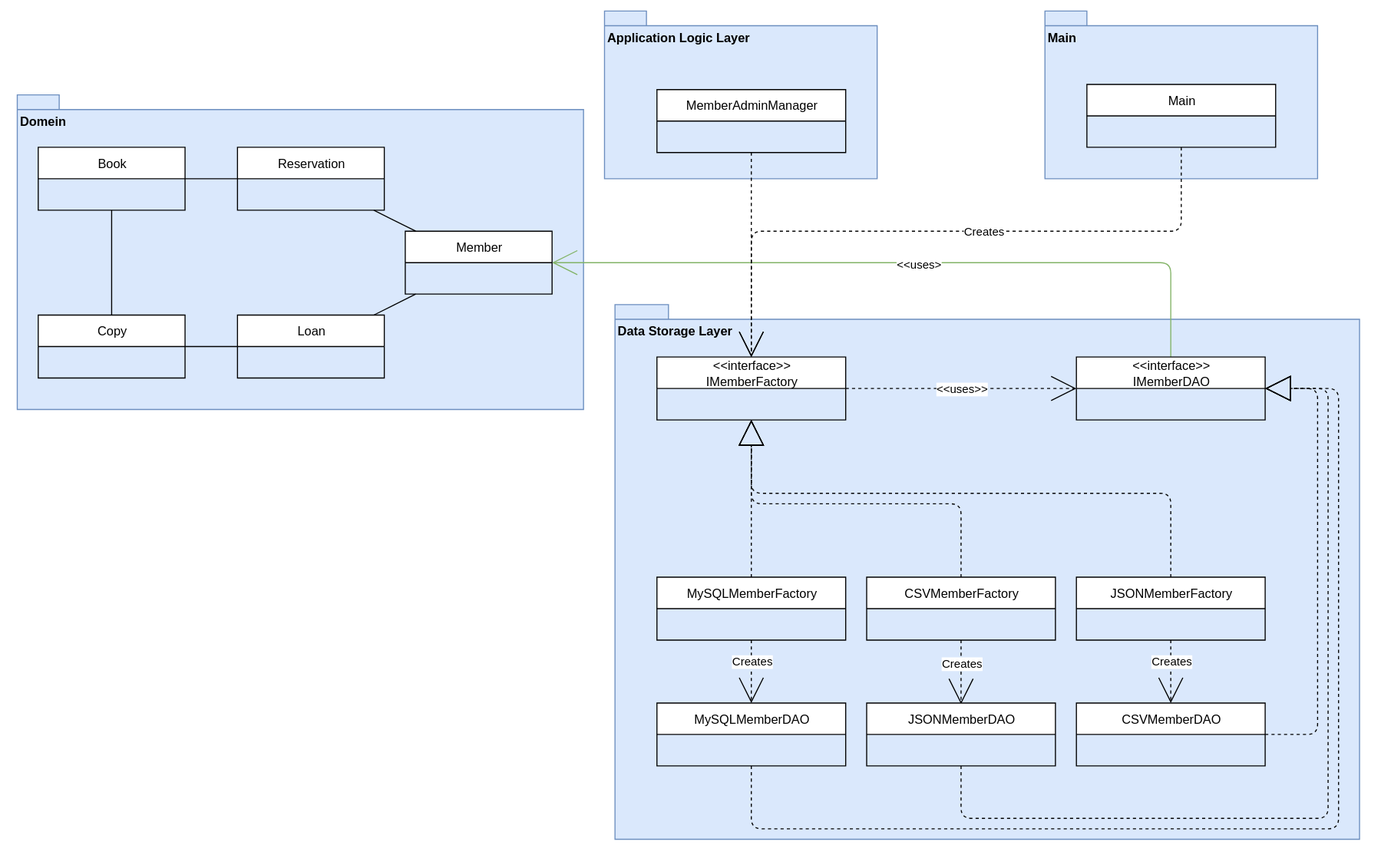
The draw.io diagram huiswerk/uml/diagram v2.svg in oldmartijntje/AvansModuleOpenMRS, before a commit. Source tidied: cells renumbered, new cells last; positions are measured from the earlier drawing's top-left corner, leaving out a move shared by most shapes. The source it was exported from:
```xml
<mxGraphModel>
  <root>
    <mxCell id="0" />
    <mxCell id="1" parent="0" />
    <mxCell id="2" style="shape=folder;fontStyle=1;spacingTop=10;tabWidth=40;tabHeight=14;tabPosition=left;html=1;whiteSpace=wrap;fillColor=#dae8fc;strokeColor=#6c8ebf;" parent="1" vertex="1">
      <mxGeometry x="560" width="260" height="160" as="geometry" />
    </mxCell>
    <mxCell id="3" style="shape=folder;fontStyle=1;spacingTop=10;tabWidth=40;tabHeight=14;tabPosition=left;html=1;whiteSpace=wrap;fillColor=#dae8fc;strokeColor=#6c8ebf;" parent="1" vertex="1">
      <mxGeometry x="570" y="280" width="710" height="510" as="geometry" />
    </mxCell>
    <mxCell id="4" style="shape=folder;fontStyle=1;spacingTop=10;tabWidth=40;tabHeight=14;tabPosition=left;html=1;whiteSpace=wrap;fillColor=#dae8fc;strokeColor=#6c8ebf;" parent="1" vertex="1">
      <mxGeometry y="80" width="540" height="300" as="geometry" />
    </mxCell>
    <mxCell id="5" style="edgeStyle=none;html=1;endArrow=none;endFill=0;" parent="1" edge="1" source="6" target="10">
      <mxGeometry relative="1" as="geometry" />
    </mxCell>
    <mxCell id="6" value="Book" style="swimlane;fontStyle=0;horizontal=1;startSize=30;whiteSpace=wrap;html=1;" parent="1" vertex="1">
      <mxGeometry x="20" y="130" width="140" height="60" as="geometry" />
    </mxCell>
    <mxCell id="7" style="edgeStyle=none;html=1;endArrow=none;endFill=0;" parent="1" edge="1" source="8" target="6">
      <mxGeometry relative="1" as="geometry" />
    </mxCell>
    <mxCell id="8" value="Reservation" style="swimlane;fontStyle=0;horizontal=1;startSize=30;whiteSpace=wrap;html=1;" parent="1" vertex="1">
      <mxGeometry x="210" y="130" width="140" height="60" as="geometry" />
    </mxCell>
    <mxCell id="9" style="edgeStyle=none;html=1;endArrow=none;endFill=0;" parent="1" edge="1" source="10" target="12">
      <mxGeometry relative="1" as="geometry" />
    </mxCell>
    <mxCell id="10" value="Copy" style="swimlane;fontStyle=0;horizontal=1;startSize=30;whiteSpace=wrap;html=1;" parent="1" vertex="1">
      <mxGeometry x="20" y="290" width="140" height="60" as="geometry" />
    </mxCell>
    <mxCell id="11" style="edgeStyle=none;html=1;endArrow=none;endFill=0;" parent="1" edge="1" source="12" target="16">
      <mxGeometry relative="1" as="geometry" />
    </mxCell>
    <mxCell id="12" value="Loan" style="swimlane;fontStyle=0;horizontal=1;startSize=30;whiteSpace=wrap;html=1;" parent="1" vertex="1">
      <mxGeometry x="210" y="290" width="140" height="60" as="geometry" />
    </mxCell>
    <mxCell id="13" style="edgeStyle=none;html=1;endArrow=none;endFill=0;" parent="1" edge="1" source="16" target="8">
      <mxGeometry relative="1" as="geometry" />
    </mxCell>
    <mxCell id="14" style="edgeStyle=orthogonalEdgeStyle;html=1;endArrow=none;endFill=0;fillColor=#d5e8d4;strokeColor=#82b366;startArrow=open;startFill=0;startSize=22;" parent="1" edge="1" source="16" target="19">
      <mxGeometry relative="1" as="geometry" />
    </mxCell>
    <mxCell id="15" value="&amp;lt;&amp;lt;uses&amp;gt;" style="edgeLabel;html=1;align=center;verticalAlign=middle;" parent="14" vertex="1">
      <mxGeometry x="0.03" y="-1" relative="1" as="geometry" />
    </mxCell>
    <mxCell id="16" value="Member" style="swimlane;fontStyle=0;horizontal=1;startSize=30;whiteSpace=wrap;html=1;" parent="1" vertex="1">
      <mxGeometry x="370" y="210" width="140" height="60" as="geometry" />
    </mxCell>
    <mxCell id="17" style="edgeStyle=none;html=1;dashed=1;endArrow=open;endFill=0;endSize=22;" parent="1" edge="1" source="18" target="25">
      <mxGeometry relative="1" as="geometry" />
    </mxCell>
    <mxCell id="18" value="MemberAdminManager" style="swimlane;fontStyle=0;horizontal=1;startSize=30;whiteSpace=wrap;html=1;" parent="1" vertex="1">
      <mxGeometry x="610" y="75" width="180" height="60" as="geometry" />
    </mxCell>
    <mxCell id="19" value="&amp;lt;&amp;lt;interface&amp;gt;&amp;gt;&lt;br&gt;IMemberDAO" style="swimlane;fontStyle=0;horizontal=1;startSize=30;whiteSpace=wrap;html=1;" parent="1" vertex="1">
      <mxGeometry x="1010" y="330" width="180" height="60" as="geometry" />
    </mxCell>
    <mxCell id="20" value="&lt;b&gt;Domein&lt;/b&gt;" style="text;html=1;strokeColor=none;fillColor=none;align=left;verticalAlign=middle;whiteSpace=wrap;rounded=0;" parent="1" vertex="1">
      <mxGeometry y="90" width="60" height="30" as="geometry" />
    </mxCell>
    <mxCell id="21" value="&lt;b&gt;Data Storage Layer&lt;/b&gt;" style="text;html=1;strokeColor=none;fillColor=none;align=left;verticalAlign=middle;whiteSpace=wrap;rounded=0;" parent="1" vertex="1">
      <mxGeometry x="570" y="290" width="130" height="30" as="geometry" />
    </mxCell>
    <mxCell id="22" value="&lt;b&gt;Application Logic Layer&lt;/b&gt;" style="text;html=1;strokeColor=none;fillColor=none;align=left;verticalAlign=middle;whiteSpace=wrap;rounded=0;" parent="1" vertex="1">
      <mxGeometry x="560" y="10" width="160" height="30" as="geometry" />
    </mxCell>
    <mxCell id="23" style="edgeStyle=none;html=1;endArrow=open;endFill=0;endSize=22;dashed=1;" parent="1" edge="1" source="25" target="19">
      <mxGeometry relative="1" as="geometry" />
    </mxCell>
    <mxCell id="24" value="&amp;lt;&amp;lt;uses&amp;gt;&amp;gt;" style="edgeLabel;html=1;align=center;verticalAlign=middle;" parent="23" vertex="1">
      <mxGeometry x="-0.28" y="1" relative="1" as="geometry">
        <mxPoint x="31" y="1" as="offset" />
      </mxGeometry>
    </mxCell>
    <mxCell id="25" value="&amp;lt;&amp;lt;interface&amp;gt;&amp;gt;&lt;br&gt;IMemberFactory" style="swimlane;fontStyle=0;horizontal=1;startSize=30;whiteSpace=wrap;html=1;" parent="1" vertex="1">
      <mxGeometry x="610" y="330" width="180" height="60" as="geometry" />
    </mxCell>
    <mxCell id="26" style="edgeStyle=none;html=1;endArrow=block;endFill=0;endSize=22;dashed=1;" parent="1" edge="1" source="28" target="25">
      <mxGeometry relative="1" as="geometry" />
    </mxCell>
    <mxCell id="27" style="edgeStyle=none;html=1;endSize=22;endArrow=open;endFill=0;dashed=1;" parent="1" edge="1" source="28" target="44">
      <mxGeometry relative="1" as="geometry" />
    </mxCell>
    <mxCell id="28" value="MySQLMemberFactory" style="swimlane;fontStyle=0;horizontal=1;startSize=30;whiteSpace=wrap;html=1;" parent="1" vertex="1">
      <mxGeometry x="610" y="540" width="180" height="60" as="geometry" />
    </mxCell>
    <mxCell id="29" style="edgeStyle=orthogonalEdgeStyle;html=1;endArrow=block;endFill=0;endSize=22;dashed=1;" parent="1" edge="1" source="31" target="25">
      <mxGeometry relative="1" as="geometry">
        <Array as="points">
          <mxPoint x="1100" y="460" />
          <mxPoint x="700" y="460" />
        </Array>
      </mxGeometry>
    </mxCell>
    <mxCell id="30" style="edgeStyle=none;html=1;endArrow=open;endFill=0;endSize=22;dashed=1;jumpSize=20;" parent="1" edge="1" source="31" target="42">
      <mxGeometry relative="1" as="geometry" />
    </mxCell>
    <mxCell id="31" value="JSONMemberFactory" style="swimlane;fontStyle=0;horizontal=1;startSize=30;whiteSpace=wrap;html=1;" parent="1" vertex="1">
      <mxGeometry x="1010" y="540" width="180" height="60" as="geometry" />
    </mxCell>
    <mxCell id="32" style="edgeStyle=orthogonalEdgeStyle;html=1;endSize=22;endArrow=block;endFill=0;dashed=1;" parent="1" edge="1" source="35" target="25">
      <mxGeometry relative="1" as="geometry">
        <Array as="points">
          <mxPoint x="900" y="470" />
          <mxPoint x="700" y="470" />
        </Array>
      </mxGeometry>
    </mxCell>
    <mxCell id="33" style="edgeStyle=none;html=1;targetPerimeterSpacing=-1;dashed=1;endArrow=open;endFill=0;endSize=22;" parent="1" edge="1" source="35" target="46">
      <mxGeometry relative="1" as="geometry" />
    </mxCell>
    <mxCell id="34" value="Creates" style="edgeLabel;html=1;align=center;verticalAlign=middle;" parent="33" vertex="1">
      <mxGeometry x="-0.28" relative="1" as="geometry" />
    </mxCell>
    <mxCell id="35" value="CSVMemberFactory" style="swimlane;fontStyle=0;horizontal=1;startSize=30;whiteSpace=wrap;html=1;" parent="1" vertex="1">
      <mxGeometry x="810" y="540" width="180" height="60" as="geometry" />
    </mxCell>
    <mxCell id="36" style="shape=folder;fontStyle=1;spacingTop=10;tabWidth=40;tabHeight=14;tabPosition=left;html=1;whiteSpace=wrap;fillColor=#dae8fc;strokeColor=#6c8ebf;" parent="1" vertex="1">
      <mxGeometry x="980" width="260" height="160" as="geometry" />
    </mxCell>
    <mxCell id="37" value="&lt;b&gt;Main&lt;/b&gt;" style="text;html=1;strokeColor=none;fillColor=none;align=left;verticalAlign=middle;whiteSpace=wrap;rounded=0;" parent="1" vertex="1">
      <mxGeometry x="980" y="10" width="160" height="30" as="geometry" />
    </mxCell>
    <mxCell id="38" style="edgeStyle=orthogonalEdgeStyle;html=1;endArrow=open;endFill=0;endSize=22;dashed=1;" parent="1" edge="1" source="40" target="25">
      <mxGeometry relative="1" as="geometry">
        <Array as="points">
          <mxPoint x="1110" y="210" />
          <mxPoint x="700" y="210" />
        </Array>
      </mxGeometry>
    </mxCell>
    <mxCell id="39" value="Creates" style="edgeLabel;html=1;align=center;verticalAlign=middle;" parent="38" vertex="1">
      <mxGeometry x="-0.12" relative="1" as="geometry" />
    </mxCell>
    <mxCell id="40" value="Main" style="swimlane;fontStyle=0;horizontal=1;startSize=30;whiteSpace=wrap;html=1;" parent="1" vertex="1">
      <mxGeometry x="1020" y="70" width="180" height="60" as="geometry" />
    </mxCell>
    <mxCell id="41" style="edgeStyle=orthogonalEdgeStyle;html=1;endSize=22;endArrow=block;endFill=0;dashed=1;" parent="1" edge="1" source="42" target="19">
      <mxGeometry relative="1" as="geometry">
        <Array as="points">
          <mxPoint x="1240" y="690" />
          <mxPoint x="1240" y="360" />
        </Array>
      </mxGeometry>
    </mxCell>
    <mxCell id="42" value="CSVMemberDAO" style="swimlane;fontStyle=0;horizontal=1;startSize=30;whiteSpace=wrap;html=1;" parent="1" vertex="1">
      <mxGeometry x="1010" y="660" width="180" height="60" as="geometry" />
    </mxCell>
    <mxCell id="43" style="edgeStyle=orthogonalEdgeStyle;html=1;endSize=22;endArrow=block;endFill=0;dashed=1;" parent="1" edge="1" source="44" target="19">
      <mxGeometry relative="1" as="geometry">
        <Array as="points">
          <mxPoint x="700" y="780" />
          <mxPoint x="1260" y="780" />
          <mxPoint x="1260" y="360" />
        </Array>
      </mxGeometry>
    </mxCell>
    <mxCell id="44" value="MySQLMemberDAO" style="swimlane;fontStyle=0;horizontal=1;startSize=30;whiteSpace=wrap;html=1;" parent="1" vertex="1">
      <mxGeometry x="610" y="660" width="180" height="60" as="geometry" />
    </mxCell>
    <mxCell id="45" style="edgeStyle=orthogonalEdgeStyle;html=1;dashed=1;endArrow=block;endFill=0;endSize=22;" parent="1" edge="1" source="46" target="19">
      <mxGeometry relative="1" as="geometry">
        <Array as="points">
          <mxPoint x="900" y="770" />
          <mxPoint x="1250" y="770" />
          <mxPoint x="1250" y="360" />
        </Array>
      </mxGeometry>
    </mxCell>
    <mxCell id="46" value="JSONMemberDAO" style="swimlane;fontStyle=0;horizontal=1;startSize=30;whiteSpace=wrap;html=1;" parent="1" vertex="1">
      <mxGeometry x="810" y="660" width="180" height="60" as="geometry" />
    </mxCell>
    <mxCell id="47" value="Creates" style="edgeLabel;html=1;align=center;verticalAlign=middle;" parent="1" vertex="1">
      <mxGeometry x="700" y="620" as="geometry" />
    </mxCell>
    <mxCell id="48" value="Creates" style="edgeLabel;html=1;align=center;verticalAlign=middle;" parent="1" vertex="1">
      <mxGeometry x="1100" y="620" as="geometry" />
    </mxCell>
  </root>
</mxGraphModel>
```
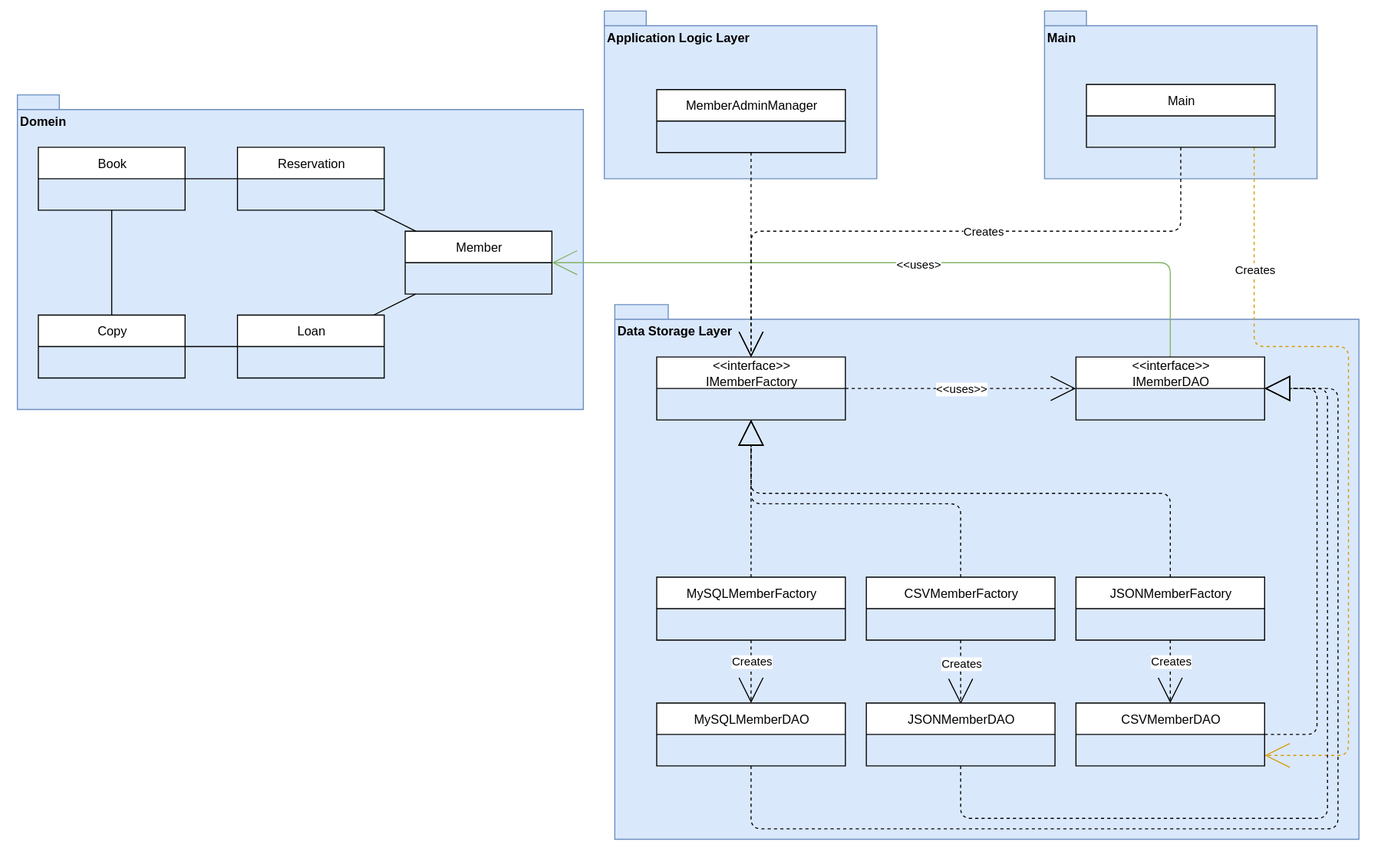
The same file after the commit.

The edit, as a diff of the source:
```diff
@@ -133,6 +133,18 @@
     <mxCell id="39" value="Creates" style="edgeLabel;html=1;align=center;verticalAlign=middle;" parent="38" vertex="1">
       <mxGeometry x="-0.12" relative="1" as="geometry" />
     </mxCell>
+    <mxCell id="49" style="edgeStyle=orthogonalEdgeStyle;html=1;fillColor=#ffe6cc;strokeColor=#d79b00;dashed=1;endArrow=open;endFill=0;endSize=22;" parent="1" edge="1" source="40" target="42">
+      <mxGeometry relative="1" as="geometry">
+        <Array as="points">
+          <mxPoint x="1180" y="320" />
+          <mxPoint x="1270" y="320" />
+          <mxPoint x="1270" y="710" />
+        </Array>
+      </mxGeometry>
+    </mxCell>
+    <mxCell id="50" value="Creates" style="edgeLabel;html=1;align=center;verticalAlign=middle;" parent="49" vertex="1">
+      <mxGeometry x="-0.69" relative="1" as="geometry" />
+    </mxCell>
     <mxCell id="40" value="Main" style="swimlane;fontStyle=0;horizontal=1;startSize=30;whiteSpace=wrap;html=1;" parent="1" vertex="1">
       <mxGeometry x="1020" y="70" width="180" height="60" as="geometry" />
     </mxCell>
```
